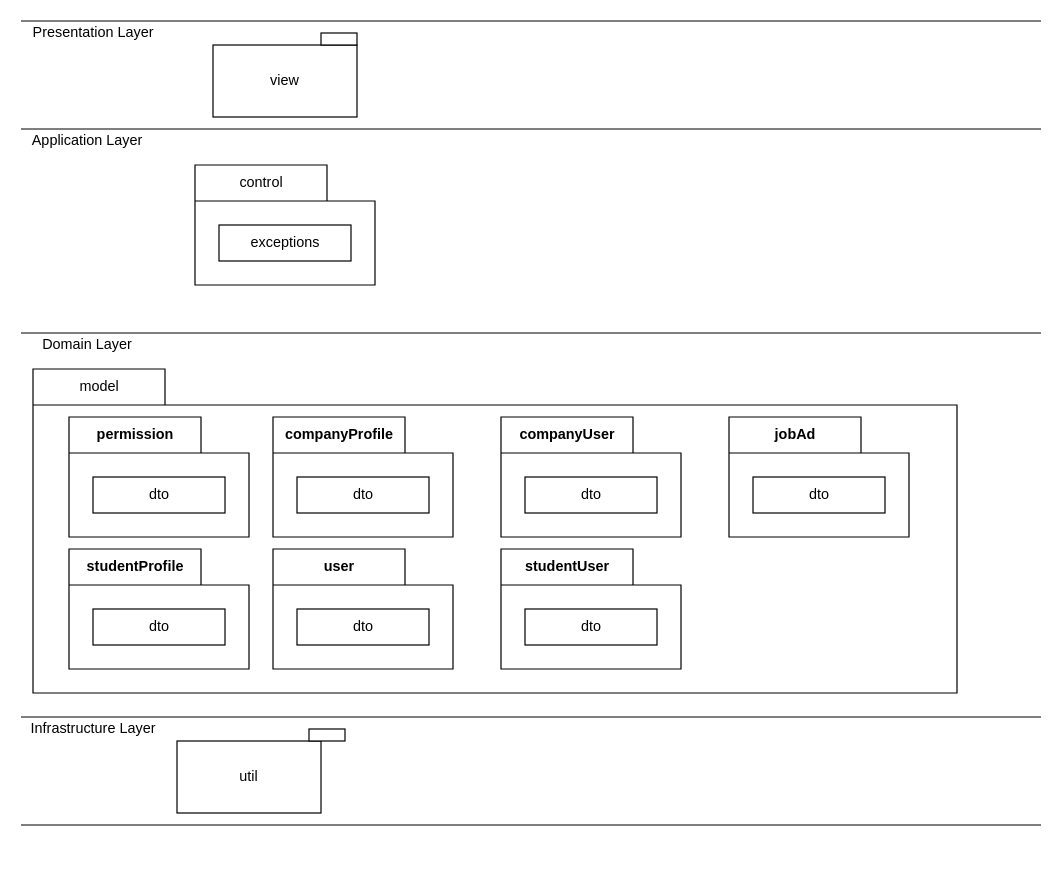
Before: doc/diagram/Paketdiagramm.drawio in KlaraGolubovic/SE02, a draw.io diagram. Source tidied: cells renumbered, new cells numbered last; positions are measured from the earlier drawing's top-left corner, leaving out a move shared by most shapes. Both pictures are drawn from the tidied source at 120%, with x=0, y=0 at pixel (20, 20).
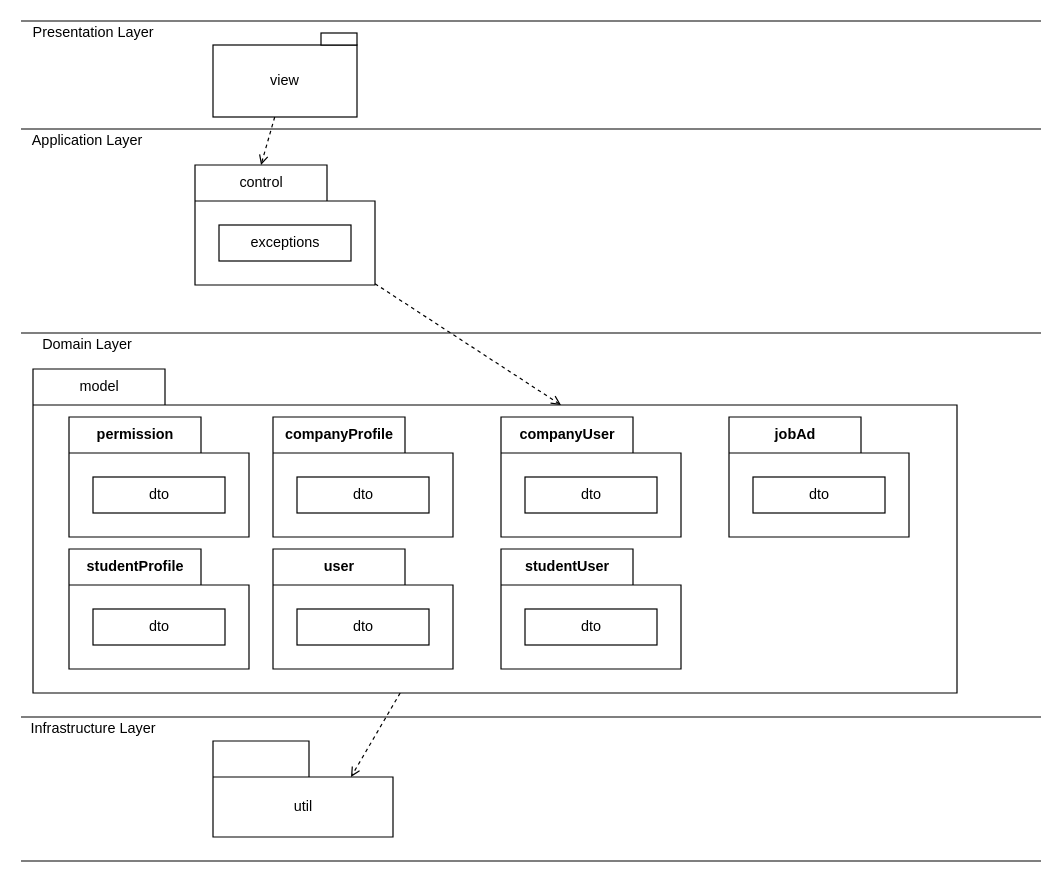
After the change.

The change refers to these unchanged cells:
```xml
<mxCell id="2" value="view" style="whiteSpace=wrap;html=1;" parent="1" vertex="1">
  <mxGeometry x="160" y="20" width="120" height="60" as="geometry" />
</mxCell>
<mxCell id="15" value="&lt;span style=&quot;font-weight: 400&quot;&gt;control&lt;/span&gt;" style="shape=folder;fontStyle=1;tabWidth=110;tabHeight=30;tabPosition=left;html=1;boundedLbl=1;labelInHeader=1;" parent="1" vertex="1">
  <mxGeometry x="145" y="120" width="150" height="100" as="geometry" />
</mxCell>
<mxCell id="17" value="&lt;span style=&quot;font-weight: 400&quot;&gt;model&lt;/span&gt;" style="shape=folder;fontStyle=1;tabWidth=110;tabHeight=30;tabPosition=left;html=1;boundedLbl=1;labelInHeader=1;" parent="1" vertex="1">
  <mxGeometry x="10" y="290" width="770" height="270" as="geometry" />
</mxCell>
```

Diff of the diagram source:
```diff
@@
+    <mxCell id="32" style="edgeStyle=none;html=1;entryX=0;entryY=0;entryDx=55;entryDy=0;entryPerimeter=0;dashed=1;endArrow=open;endFill=0;" parent="1" edge="1" source="2" target="15">
+      <mxGeometry relative="1" as="geometry" />
+    </mxCell>
@@
-    <mxCell id="3" value="util" style="whiteSpace=wrap;html=1;" parent="1" vertex="1">
-      <mxGeometry x="130" y="600" width="120" height="60" as="geometry" />
-    </mxCell>
@@
     <mxCell id="7" style="endArrow=none;html=1;rounded=0;" parent="1" edge="1">
       <mxGeometry relative="1" as="geometry">
-        <mxPoint y="670" as="sourcePoint" />
-        <mxPoint x="850" y="670" as="targetPoint" />
+        <mxPoint y="700" as="sourcePoint" />
+        <mxPoint x="850" y="700" as="targetPoint" />
       </mxGeometry>
     </mxCell>
@@
-    <mxCell id="14" style="whiteSpace=wrap;html=1;" parent="1" vertex="1">
-      <mxGeometry x="240" y="590" width="30" height="10" as="geometry" />
-    </mxCell>
+    <mxCell id="33" style="edgeStyle=none;html=1;entryX=0;entryY=0;entryDx=440;entryDy=30;entryPerimeter=0;dashed=1;endArrow=open;endFill=0;" parent="1" edge="1" source="15" target="17">
+      <mxGeometry relative="1" as="geometry" />
+    </mxCell>
@@
+    <mxCell id="34" style="edgeStyle=none;html=1;entryX=0;entryY=0;entryDx=115;entryDy=30;entryPerimeter=0;dashed=1;endArrow=open;endFill=0;" parent="1" edge="1" source="17" target="3">
+      <mxGeometry relative="1" as="geometry" />
+    </mxCell>
@@
+    <mxCell id="3" value="&lt;span style=&quot;font-weight: 400&quot;&gt;util&lt;/span&gt;" style="shape=folder;fontStyle=1;tabWidth=80;tabHeight=30;tabPosition=left;html=1;boundedLbl=1;" parent="1" vertex="1">
+      <mxGeometry x="160" y="600" width="150" height="80" as="geometry" />
+    </mxCell>
```
